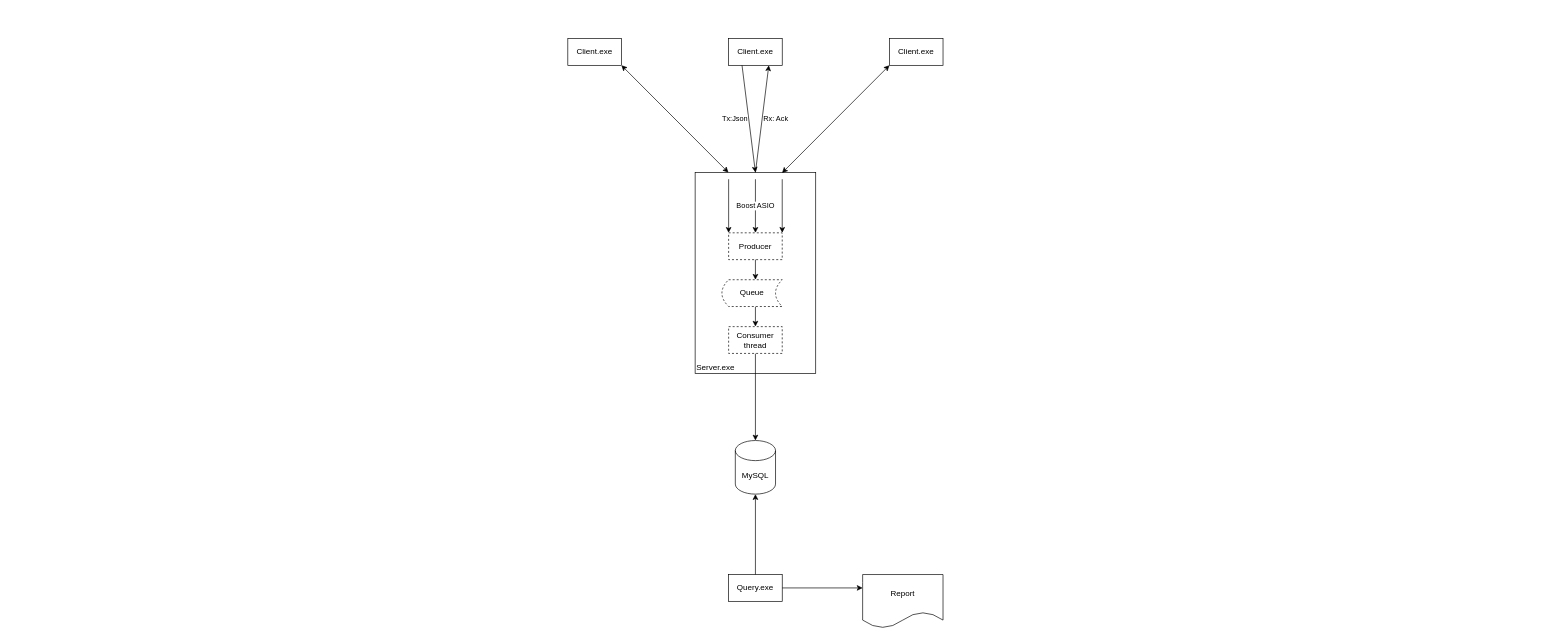
Above: schematic.drawio in acraig5075/client-server-analytics (draw.io), before the change. Source tidied: cells renumbered, new cells numbered last; positions are measured from the earlier drawing's top-left corner, leaving out a move shared by most shapes. Both pictures are drawn from the tidied source at 67%, with x=0, y=0 at pixel (567, 38).
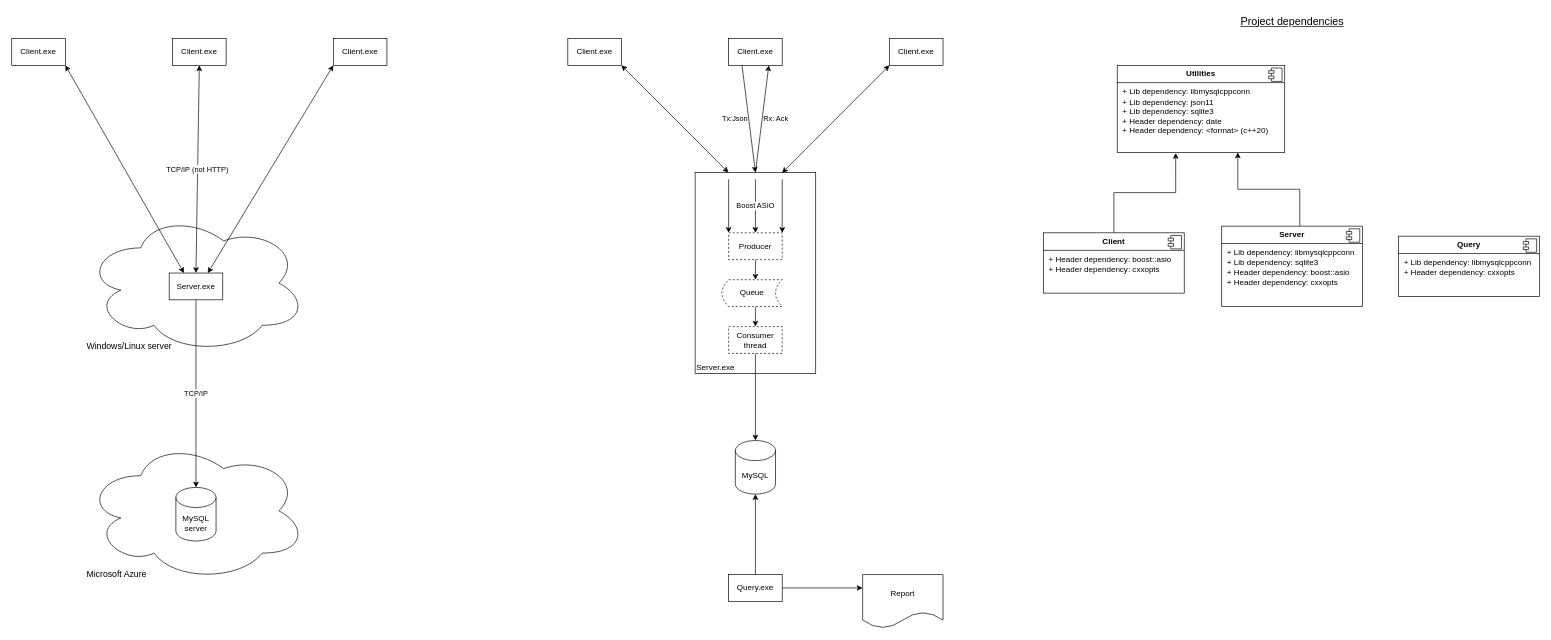
After the change.

What changed in the source:
```diff
@@
+    <mxCell id="25" value="Client.exe" style="rounded=0;whiteSpace=wrap;html=1;" parent="1" vertex="1">
+      <mxGeometry x="-830" width="80" height="40" as="geometry" />
+    </mxCell>
+    <mxCell id="26" value="Client.exe" style="rounded=0;whiteSpace=wrap;html=1;" parent="1" vertex="1">
+      <mxGeometry x="-350" width="80" height="40" as="geometry" />
+    </mxCell>
+    <mxCell id="27" value="Client.exe" style="rounded=0;whiteSpace=wrap;html=1;" parent="1" vertex="1">
+      <mxGeometry x="-590" width="80" height="40" as="geometry" />
+    </mxCell>
+    <mxCell id="28" value="Microsoft Azure" style="ellipse;shape=cloud;whiteSpace=wrap;html=1;align=left;verticalAlign=bottom;fontSize=13;" parent="1" vertex="1">
+      <mxGeometry x="-720" y="600" width="330" height="210" as="geometry" />
+    </mxCell>
+    <mxCell id="29" value="MySQL server" style="shape=cylinder3;whiteSpace=wrap;html=1;boundedLbl=1;backgroundOutline=1;size=15;" parent="1" vertex="1">
+      <mxGeometry x="-585" y="670" width="60" height="80" as="geometry" />
+    </mxCell>
+    <mxCell id="30" value="Windows/Linux server" style="ellipse;shape=cloud;whiteSpace=wrap;html=1;align=left;verticalAlign=bottom;fontSize=13;" parent="1" vertex="1">
+      <mxGeometry x="-720" y="260" width="330" height="210" as="geometry" />
+    </mxCell>
+    <mxCell id="31" value="Server.exe" style="rounded=0;whiteSpace=wrap;html=1;verticalAlign=middle;align=center;" parent="1" vertex="1">
+      <mxGeometry x="-595" y="350" width="80" height="40" as="geometry" />
+    </mxCell>
+    <mxCell id="32" style="endArrow=classic;startArrow=classic;html=1;rounded=0;entryX=0;entryY=1;entryDx=0;entryDy=0;exitX=0.721;exitY=0.002;exitDx=0;exitDy=0;exitPerimeter=0;" parent="1" edge="1" source="31" target="26">
+      <mxGeometry relative="1" as="geometry" />
+    </mxCell>
+    <mxCell id="33" style="endArrow=classic;startArrow=classic;html=1;rounded=0;entryX=0.276;entryY=0;entryDx=0;entryDy=0;exitX=1;exitY=1;exitDx=0;exitDy=0;entryPerimeter=0;" parent="1" edge="1" source="25" target="31">
+      <mxGeometry relative="1" as="geometry" />
+    </mxCell>
+    <mxCell id="34" value="TCP/IP (not HTTP)" style="endArrow=classic;startArrow=classic;html=1;rounded=0;entryX=0.5;entryY=1;entryDx=0;entryDy=0;exitX=0.5;exitY=0;exitDx=0;exitDy=0;" parent="1" edge="1" source="31" target="27">
+      <mxGeometry relative="1" as="geometry" />
+    </mxCell>
+    <mxCell id="35" value="TCP/IP" style="endArrow=classic;html=1;rounded=0;entryX=0.5;entryY=0;entryDx=0;entryDy=0;entryPerimeter=0;exitX=0.5;exitY=1;exitDx=0;exitDy=0;" parent="1" edge="1" source="31" target="29">
+      <mxGeometry relative="1" as="geometry" />
+    </mxCell>
+    <mxCell id="36" value="&lt;p style=&quot;margin:0px;margin-top:6px;text-align:center;&quot;&gt;&lt;b&gt;Utilities&lt;/b&gt;&lt;/p&gt;&lt;hr size=&quot;1&quot; style=&quot;border-style:solid;&quot;&gt;&lt;p style=&quot;margin:0px;margin-left:8px;&quot;&gt;+ Lib dependency: libmysqlcppconn&lt;br&gt;+ Lib dependency: json11&lt;/p&gt;&lt;p style=&quot;margin:0px;margin-left:8px;&quot;&gt;+ Lib dependency: sqlite3&lt;/p&gt;&lt;p style=&quot;margin:0px;margin-left:8px;&quot;&gt;+ Header dependency: date&lt;/p&gt;&lt;p style=&quot;margin:0px;margin-left:8px;&quot;&gt;+ Header dependency: &amp;lt;format&amp;gt; (c++20)&lt;/p&gt;&lt;p style=&quot;margin:0px;margin-left:8px;&quot;&gt;&lt;br&gt;&lt;/p&gt;" style="align=left;overflow=fill;html=1;whiteSpace=wrap;" parent="1" vertex="1">
+      <mxGeometry x="820" y="40" width="250" height="130" as="geometry" />
+    </mxCell>
+    <mxCell id="37" style="shape=component;jettyWidth=8;jettyHeight=4;" parent="36" vertex="1">
+      <mxGeometry x="1" width="20" height="20" relative="1" as="geometry">
+        <mxPoint x="-24" y="4" as="offset" />
+      </mxGeometry>
+    </mxCell>
+    <mxCell id="38" style="edgeStyle=orthogonalEdgeStyle;rounded=0;jettySize=auto;html=1;entryX=0.349;entryY=1.007;entryDx=0;entryDy=0;entryPerimeter=0;" parent="1" edge="1" source="39" target="36">
+      <mxGeometry relative="1" as="geometry" />
+    </mxCell>
+    <mxCell id="39" value="&lt;p style=&quot;margin:0px;margin-top:6px;text-align:center;&quot;&gt;&lt;b&gt;Client&lt;/b&gt;&lt;/p&gt;&lt;hr size=&quot;1&quot; style=&quot;border-style:solid;&quot;&gt;&lt;p style=&quot;margin:0px;margin-left:8px;&quot;&gt;+ Header dependency: boost::asio&lt;/p&gt;&lt;p style=&quot;margin:0px;margin-left:8px;&quot;&gt;+ Header dependency: cxxopts&lt;br&gt;&lt;br&gt;&lt;/p&gt;" style="align=left;overflow=fill;html=1;whiteSpace=wrap;" parent="1" vertex="1">
+      <mxGeometry x="710" y="290" width="210" height="90" as="geometry" />
+    </mxCell>
+    <mxCell id="40" style="shape=component;jettyWidth=8;jettyHeight=4;" parent="39" vertex="1">
+      <mxGeometry x="1" width="20" height="20" relative="1" as="geometry">
+        <mxPoint x="-24" y="4" as="offset" />
+      </mxGeometry>
+    </mxCell>
+    <mxCell id="41" value="&lt;p style=&quot;margin:0px;margin-top:6px;text-align:center;&quot;&gt;&lt;b&gt;Server&lt;/b&gt;&lt;/p&gt;&lt;hr size=&quot;1&quot; style=&quot;border-style:solid;&quot;&gt;&lt;p style=&quot;margin:0px;margin-left:8px;&quot;&gt;&lt;span style=&quot;background-color: initial;&quot;&gt;+ Lib d&lt;/span&gt;&lt;span style=&quot;background-color: initial;&quot;&gt;ependency: libmysqlcppconn&lt;/span&gt;&lt;br&gt;&lt;/p&gt;&lt;p style=&quot;margin: 0px 0px 0px 8px;&quot;&gt;&lt;span style=&quot;background-color: initial;&quot;&gt;+ Lib dependency: sqlite3&lt;/span&gt;&lt;br&gt;&lt;/p&gt;&lt;p style=&quot;margin: 0px 0px 0px 8px;&quot;&gt;+ Header d&lt;span style=&quot;background-color: initial;&quot;&gt;ependency: boost::asio&lt;/span&gt;&lt;/p&gt;&lt;p style=&quot;margin: 0px 0px 0px 8px;&quot;&gt;+ Header dependency: cxxopts&lt;span style=&quot;background-color: initial;&quot;&gt;&lt;br&gt;&lt;/span&gt;&lt;/p&gt;&lt;p style=&quot;margin:0px;margin-left:8px;&quot;&gt;&lt;br&gt;&lt;/p&gt;" style="align=left;overflow=fill;html=1;whiteSpace=wrap;" parent="1" vertex="1">
+      <mxGeometry x="976" y="280" width="210" height="120" as="geometry" />
+    </mxCell>
+    <mxCell id="42" style="shape=component;jettyWidth=8;jettyHeight=4;" parent="41" vertex="1">
+      <mxGeometry x="1" width="20" height="20" relative="1" as="geometry">
+        <mxPoint x="-24" y="4" as="offset" />
+      </mxGeometry>
+    </mxCell>
+    <mxCell id="43" style="edgeStyle=orthogonalEdgeStyle;rounded=0;orthogonalLoop=1;jettySize=auto;html=1;exitX=0.5;exitY=0;exitDx=0;exitDy=0;" parent="1" edge="1">
+      <mxGeometry relative="1" as="geometry">
+        <mxPoint x="1092.5" y="280" as="sourcePoint" />
+        <mxPoint x="1000" y="170" as="targetPoint" />
+        <Array as="points">
+          <mxPoint x="1092" y="225" />
+          <mxPoint x="1000" y="225" />
+          <mxPoint x="1000" y="170" />
+        </Array>
+      </mxGeometry>
+    </mxCell>
+    <mxCell id="44" value="&lt;p style=&quot;margin:0px;margin-top:6px;text-align:center;&quot;&gt;&lt;b&gt;Query&lt;/b&gt;&lt;/p&gt;&lt;hr size=&quot;1&quot; style=&quot;border-style:solid;&quot;&gt;&lt;p style=&quot;margin:0px;margin-left:8px;&quot;&gt;+ Lib dependency: libmysqlcppconn&lt;br&gt;&lt;/p&gt;&lt;p style=&quot;margin:0px;margin-left:8px;&quot;&gt;+ Header dependency: cxxopts&lt;br&gt;&lt;/p&gt;" style="align=left;overflow=fill;html=1;whiteSpace=wrap;" parent="1" vertex="1">
+      <mxGeometry x="1240" y="295" width="210" height="90" as="geometry" />
+    </mxCell>
+    <mxCell id="45" style="shape=component;jettyWidth=8;jettyHeight=4;" parent="44" vertex="1">
+      <mxGeometry x="1" width="20" height="20" relative="1" as="geometry">
+        <mxPoint x="-24" y="4" as="offset" />
+      </mxGeometry>
+    </mxCell>
+    <mxCell id="46" value="&lt;font style=&quot;font-size: 16px;&quot;&gt;&lt;u&gt;Project dependencies&lt;/u&gt;&lt;/font&gt;" style="text;html=1;align=center;verticalAlign=middle;whiteSpace=wrap;rounded=0;" parent="1" vertex="1">
+      <mxGeometry x="958.5" y="-40" width="245" height="30" as="geometry" />
+    </mxCell>
```
